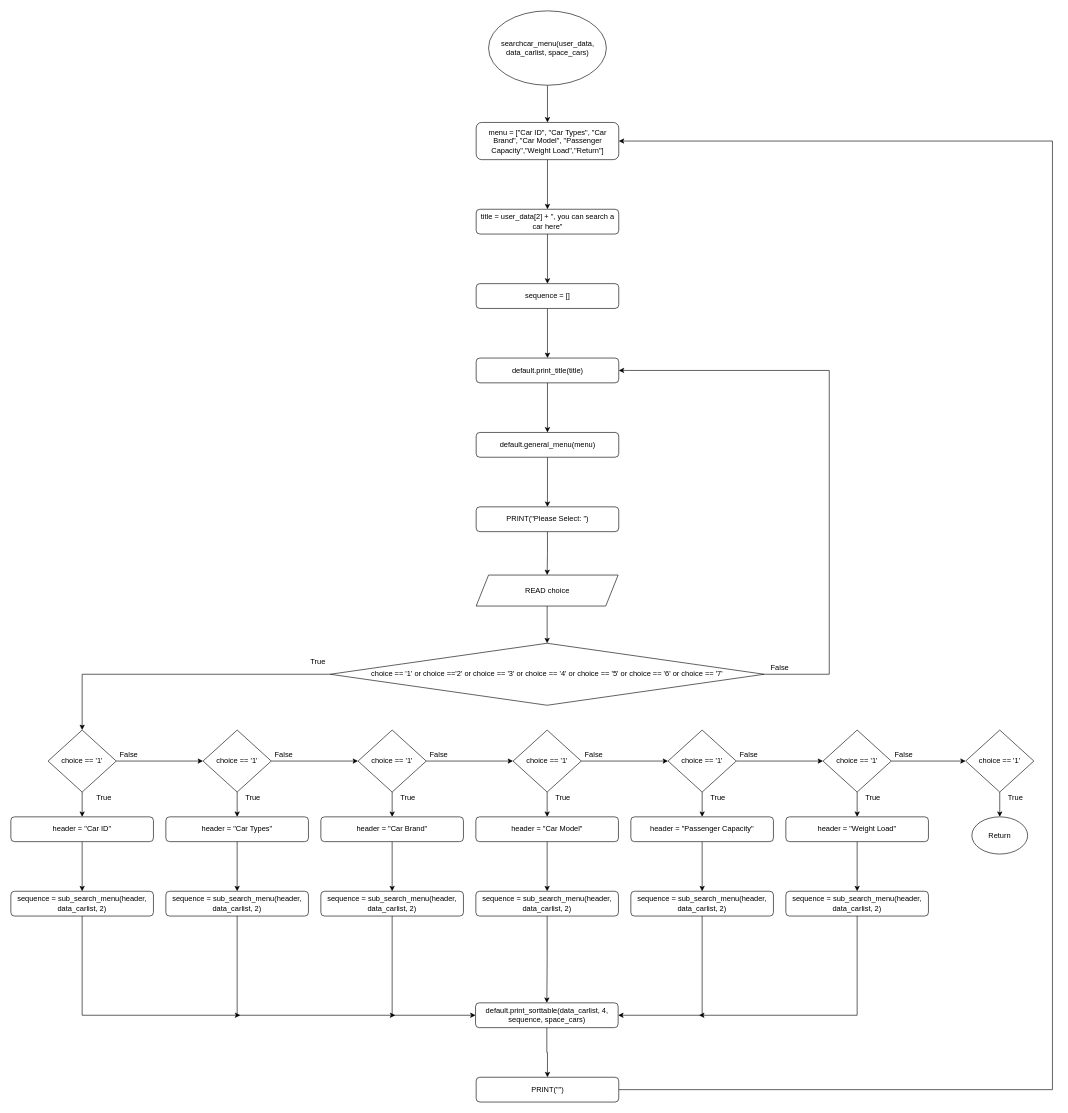
Above: Flowchart/clients/searchcar_menu.drawio in RabbitBear00/Car-Rental-System (draw.io), before the change. Source tidied: cells renumbered, new cells numbered last; positions are measured from the earlier drawing's top-left corner, leaving out a move shared by most shapes. Both pictures are drawn from the tidied source at 62%, with x=0, y=0 at pixel (11, 11).
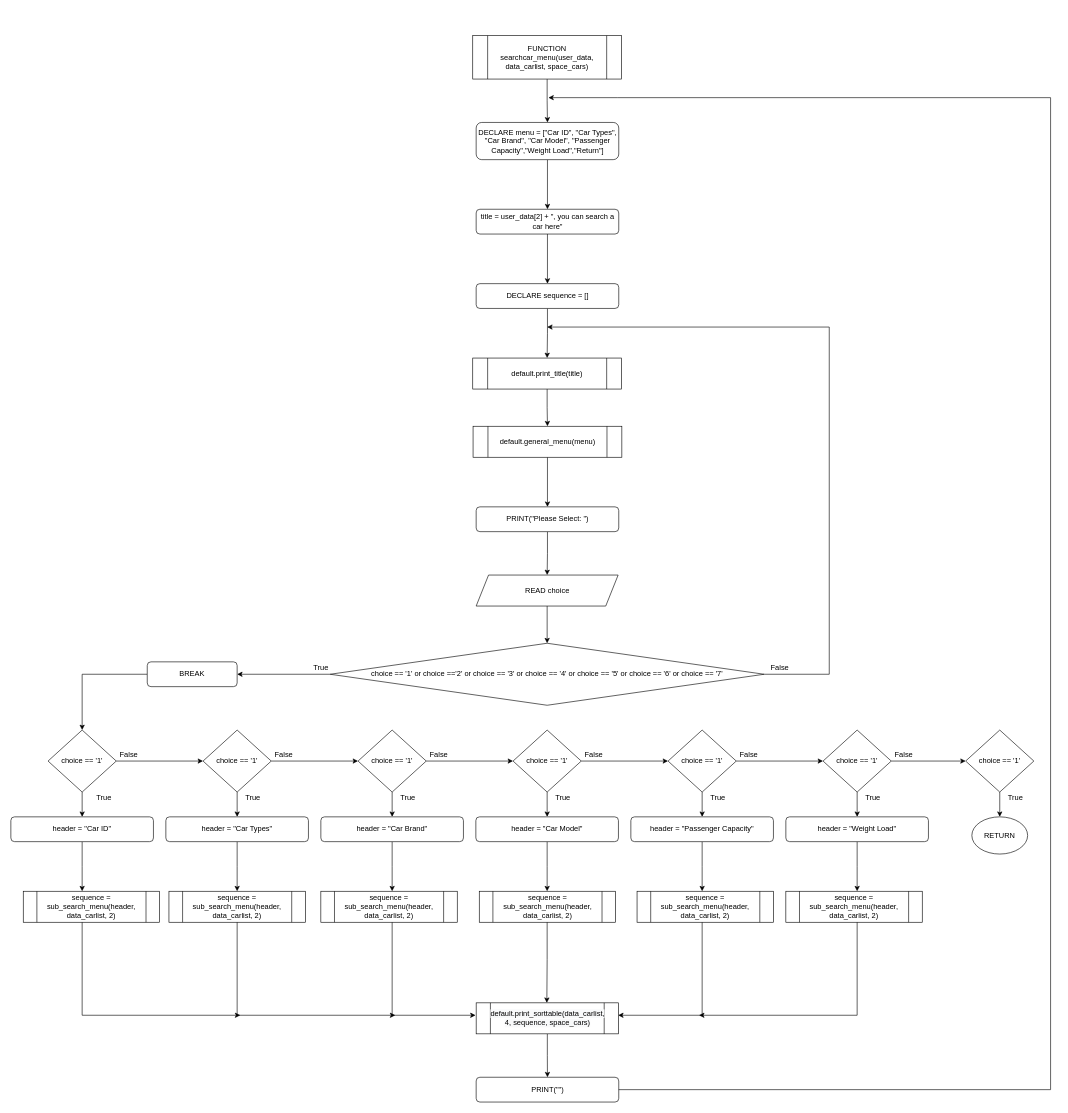
The same diagram, later.

Unchanged cells that the change refers to:
```xml
<mxCell id="15" value="PRINT(&quot;Please Select: &quot;)" style="rounded=1;whiteSpace=wrap;html=1;" parent="1" vertex="1">
  <mxGeometry x="750.5" y="800" width="230" height="40" as="geometry" />
</mxCell>
<mxCell id="20" value="choice == '1' or choice =='2' or choice == '3' or choice == '4' or choice == '5' or choice == '6' or choice == '7'" style="rhombus;whiteSpace=wrap;html=1;" parent="1" vertex="1">
  <mxGeometry x="515" y="1020" width="700" height="100" as="geometry" />
</mxCell>
<mxCell id="25" value="header = &quot;Car ID&quot;" style="rounded=1;whiteSpace=wrap;html=1;" parent="1" vertex="1">
  <mxGeometry y="1300" width="230" height="40" as="geometry" />
</mxCell>
<mxCell id="36" value="choice == '1'" style="rhombus;whiteSpace=wrap;html=1;" parent="1" vertex="1">
  <mxGeometry x="60" y="1160" width="110" height="100" as="geometry" />
</mxCell>
<mxCell id="44" value="header = &quot;Car Types&quot;" style="rounded=1;whiteSpace=wrap;html=1;" parent="1" vertex="1">
  <mxGeometry x="250" y="1300" width="230" height="40" as="geometry" />
</mxCell>
<mxCell id="46" value="header = &quot;Car Brand&quot;" style="rounded=1;whiteSpace=wrap;html=1;" parent="1" vertex="1">
  <mxGeometry x="500" y="1300" width="230" height="40" as="geometry" />
</mxCell>
<mxCell id="48" value="header = &quot;Car Model&quot;" style="rounded=1;whiteSpace=wrap;html=1;" parent="1" vertex="1">
  <mxGeometry x="750" y="1300" width="230" height="40" as="geometry" />
</mxCell>
<mxCell id="50" value="header = &quot;Passenger Capacity&quot;" style="rounded=1;whiteSpace=wrap;html=1;" parent="1" vertex="1">
  <mxGeometry x="1000" y="1300" width="230" height="40" as="geometry" />
</mxCell>
<mxCell id="52" value="header = &quot;Weight Load&quot;" style="rounded=1;whiteSpace=wrap;html=1;" parent="1" vertex="1">
  <mxGeometry x="1250" y="1300" width="230" height="40" as="geometry" />
</mxCell>
<mxCell id="69" value="PRINT(&quot;&quot;)" style="rounded=1;whiteSpace=wrap;html=1;" parent="1" vertex="1">
  <mxGeometry x="750.5" y="1720" width="230" height="40" as="geometry" />
</mxCell>
```

Change to the diagram source:
```diff
@@
-    <mxCell id="2" style="edgeStyle=orthogonalEdgeStyle;rounded=0;jettySize=auto;html=1;" parent="1" edge="1" source="3" target="5">
-      <mxGeometry relative="1" as="geometry" />
-    </mxCell>
-    <mxCell id="3" value="searchcar_menu(user_data, data_carlist, space_cars)" style="ellipse;whiteSpace=wrap;html=1;" parent="1" vertex="1">
-      <mxGeometry x="770.5" width="190" height="120" as="geometry" />
-    </mxCell>
@@
-    <mxCell id="5" value="menu = [&quot;Car ID&quot;, &quot;Car Types&quot;, &quot;Car Brand&quot;, &quot;Car Model&quot;, &quot;Passenger Capacity&quot;,&quot;Weight Load&quot;,&quot;Return&quot;]" style="rounded=1;whiteSpace=wrap;html=1;" parent="1" vertex="1">
+    <mxCell id="5" value="DECLARE menu = [&quot;Car ID&quot;, &quot;Car Types&quot;, &quot;Car Brand&quot;, &quot;Car Model&quot;, &quot;Passenger Capacity&quot;,&quot;Weight Load&quot;,&quot;Return&quot;]" style="rounded=1;whiteSpace=wrap;html=1;" parent="1" vertex="1">
       <mxGeometry x="750.5" y="180" width="230" height="60" as="geometry" />
     </mxCell>
@@
-    <mxCell id="8" style="edgeStyle=orthogonalEdgeStyle;rounded=0;jettySize=auto;html=1;" parent="1" edge="1" source="9" target="11">
+    <mxCell id="8" style="edgeStyle=orthogonalEdgeStyle;rounded=0;jettySize=auto;html=1;endArrow=classic;endFill=1;" parent="1" edge="1" source="9" target="11">
       <mxGeometry relative="1" as="geometry" />
     </mxCell>
-    <mxCell id="9" value="sequence = []" style="rounded=1;whiteSpace=wrap;html=1;" parent="1" vertex="1">
+    <mxCell id="9" value="DECLARE sequence = []" style="rounded=1;whiteSpace=wrap;html=1;" parent="1" vertex="1">
       <mxGeometry x="750.5" y="440" width="230" height="40" as="geometry" />
     </mxCell>
-    <mxCell id="10" style="edgeStyle=orthogonalEdgeStyle;rounded=0;jettySize=auto;html=1;" parent="1" edge="1" source="11" target="13">
-      <mxGeometry relative="1" as="geometry" />
-    </mxCell>
-    <mxCell id="11" value="default.print_title(title)" style="rounded=1;whiteSpace=wrap;html=1;" parent="1" vertex="1">
-      <mxGeometry x="750.5" y="560" width="230" height="40" as="geometry" />
-    </mxCell>
-    <mxCell id="12" style="edgeStyle=orthogonalEdgeStyle;rounded=0;jettySize=auto;html=1;" parent="1" edge="1" source="13" target="15">
-      <mxGeometry relative="1" as="geometry" />
-    </mxCell>
-    <mxCell id="13" value="default.general_menu(menu)" style="rounded=1;whiteSpace=wrap;html=1;" parent="1" vertex="1">
-      <mxGeometry x="750.5" y="680" width="230" height="40" as="geometry" />
-    </mxCell>
@@
-    <mxCell id="18" style="edgeStyle=orthogonalEdgeStyle;rounded=0;jettySize=auto;html=1;entryX=0.5;entryY=0;entryDx=0;entryDy=0;" parent="1" edge="1" source="20" target="36">
-      <mxGeometry relative="1" as="geometry" />
-    </mxCell>
-    <mxCell id="19" style="edgeStyle=orthogonalEdgeStyle;rounded=0;jettySize=auto;html=1;entryX=1;entryY=0.5;entryDx=0;entryDy=0;" parent="1" edge="1" source="20" target="11">
+    <mxCell id="19" style="edgeStyle=orthogonalEdgeStyle;rounded=0;jettySize=auto;html=1;" parent="1" edge="1" source="20">
       <mxGeometry relative="1" as="geometry">
+        <mxPoint x="865" y="510" as="targetPoint" />
         <Array as="points">
           <mxPoint x="1320" y="1070" />
-          <mxPoint x="1320" y="580" />
+          <mxPoint x="1320" y="510" />
         </Array>
       </mxGeometry>
     </mxCell>
+    <mxCell id="85" style="edgeStyle=orthogonalEdgeStyle;rounded=0;jettySize=auto;html=1;exitX=0;exitY=0.5;exitDx=0;exitDy=0;entryX=1;entryY=0.5;entryDx=0;entryDy=0;" parent="1" edge="1" source="20" target="95">
+      <mxGeometry relative="1" as="geometry" />
+    </mxCell>
@@
-    <mxCell id="24" style="edgeStyle=orthogonalEdgeStyle;rounded=0;jettySize=auto;html=1;" parent="1" edge="1" source="25" target="55">
-      <mxGeometry relative="1" as="geometry" />
+    <mxCell id="24" style="edgeStyle=orthogonalEdgeStyle;rounded=0;jettySize=auto;html=1;" parent="1" edge="1" source="25">
+      <mxGeometry relative="1" as="geometry">
+        <mxPoint x="115" y="1420" as="targetPoint" />
+      </mxGeometry>
     </mxCell>
@@
-    <mxCell id="43" style="edgeStyle=orthogonalEdgeStyle;rounded=0;jettySize=auto;html=1;" parent="1" edge="1" source="44" target="57">
-      <mxGeometry relative="1" as="geometry" />
+    <mxCell id="43" style="edgeStyle=orthogonalEdgeStyle;rounded=0;jettySize=auto;html=1;" parent="1" edge="1" source="44">
+      <mxGeometry relative="1" as="geometry">
+        <mxPoint x="365" y="1420" as="targetPoint" />
+      </mxGeometry>
     </mxCell>
@@
-    <mxCell id="45" style="edgeStyle=orthogonalEdgeStyle;rounded=0;jettySize=auto;html=1;" parent="1" edge="1" source="46" target="59">
-      <mxGeometry relative="1" as="geometry" />
+    <mxCell id="45" style="edgeStyle=orthogonalEdgeStyle;rounded=0;jettySize=auto;html=1;" parent="1" edge="1" source="46">
+      <mxGeometry relative="1" as="geometry">
+        <mxPoint x="615" y="1420" as="targetPoint" />
+      </mxGeometry>
     </mxCell>
@@
-    <mxCell id="47" style="edgeStyle=orthogonalEdgeStyle;rounded=0;jettySize=auto;html=1;" parent="1" edge="1" source="48" target="61">
-      <mxGeometry relative="1" as="geometry" />
+    <mxCell id="47" style="edgeStyle=orthogonalEdgeStyle;rounded=0;jettySize=auto;html=1;" parent="1" edge="1" source="48">
+      <mxGeometry relative="1" as="geometry">
+        <mxPoint x="865" y="1420" as="targetPoint" />
+      </mxGeometry>
     </mxCell>
@@
-    <mxCell id="49" style="edgeStyle=orthogonalEdgeStyle;rounded=0;jettySize=auto;html=1;" parent="1" edge="1" source="50" target="63">
-      <mxGeometry relative="1" as="geometry" />
+    <mxCell id="49" style="edgeStyle=orthogonalEdgeStyle;rounded=0;jettySize=auto;html=1;" parent="1" edge="1" source="50">
+      <mxGeometry relative="1" as="geometry">
+        <mxPoint x="1115" y="1420" as="targetPoint" />
+      </mxGeometry>
     </mxCell>
@@
-    <mxCell id="51" style="edgeStyle=orthogonalEdgeStyle;rounded=0;jettySize=auto;html=1;" parent="1" edge="1" source="52" target="65">
-      <mxGeometry relative="1" as="geometry" />
+    <mxCell id="51" style="edgeStyle=orthogonalEdgeStyle;rounded=0;jettySize=auto;html=1;" parent="1" edge="1" source="52">
+      <mxGeometry relative="1" as="geometry">
+        <mxPoint x="1365" y="1420" as="targetPoint" />
+      </mxGeometry>
     </mxCell>
@@
-    <mxCell id="53" value="Return" style="ellipse;whiteSpace=wrap;html=1;" parent="1" vertex="1">
+    <mxCell id="53" value="RETURN" style="ellipse;whiteSpace=wrap;html=1;" parent="1" vertex="1">
       <mxGeometry x="1550" y="1300" width="90" height="60" as="geometry" />
     </mxCell>
-    <mxCell id="54" style="edgeStyle=orthogonalEdgeStyle;rounded=0;jettySize=auto;html=1;" parent="1" edge="1" source="55">
+    <mxCell id="54" style="edgeStyle=orthogonalEdgeStyle;rounded=0;orthogonalLoop=1;jettySize=auto;html=1;" parent="1" edge="1">
       <mxGeometry relative="1" as="geometry">
+        <mxPoint x="115" y="1460" as="sourcePoint" />
         <mxPoint x="370" y="1620" as="targetPoint" />
         <Array as="points">
           <mxPoint x="115" y="1620" />
           <mxPoint x="370" y="1620" />
         </Array>
       </mxGeometry>
     </mxCell>
-    <mxCell id="55" value="sequence = sub_search_menu(header, data_carlist, 2)" style="rounded=1;whiteSpace=wrap;html=1;" parent="1" vertex="1">
-      <mxGeometry y="1420" width="230" height="40" as="geometry" />
-    </mxCell>
-    <mxCell id="56" style="edgeStyle=orthogonalEdgeStyle;rounded=0;jettySize=auto;html=1;" parent="1" edge="1" source="57">
+    <mxCell id="56" style="edgeStyle=orthogonalEdgeStyle;rounded=0;orthogonalLoop=1;jettySize=auto;html=1;" parent="1" edge="1">
       <mxGeometry relative="1" as="geometry">
+        <mxPoint x="365" y="1460" as="sourcePoint" />
         <mxPoint x="620" y="1620" as="targetPoint" />
         <Array as="points">
           <mxPoint x="365" y="1620" />
         </Array>
       </mxGeometry>
     </mxCell>
-    <mxCell id="57" value="sequence = sub_search_menu(header, data_carlist, 2)" style="rounded=1;whiteSpace=wrap;html=1;" parent="1" vertex="1">
-      <mxGeometry x="250" y="1420" width="230" height="40" as="geometry" />
-    </mxCell>
-    <mxCell id="58" style="edgeStyle=orthogonalEdgeStyle;rounded=0;jettySize=auto;html=1;entryX=0;entryY=0.5;entryDx=0;entryDy=0;" parent="1" edge="1" source="59" target="67">
+    <mxCell id="58" style="edgeStyle=orthogonalEdgeStyle;rounded=0;orthogonalLoop=1;jettySize=auto;html=1;entryX=0;entryY=0.5;entryDx=0;entryDy=0;" parent="1" edge="1">
       <mxGeometry relative="1" as="geometry">
+        <mxPoint x="615" y="1460" as="sourcePoint" />
+        <mxPoint x="749.5" y="1620" as="targetPoint" />
         <Array as="points">
           <mxPoint x="615" y="1620" />
         </Array>
       </mxGeometry>
     </mxCell>
-    <mxCell id="59" value="sequence = sub_search_menu(header, data_carlist, 2)" style="rounded=1;whiteSpace=wrap;html=1;" parent="1" vertex="1">
-      <mxGeometry x="500" y="1420" width="230" height="40" as="geometry" />
-    </mxCell>
-    <mxCell id="60" style="edgeStyle=orthogonalEdgeStyle;rounded=0;jettySize=auto;html=1;" parent="1" edge="1" source="61" target="67">
-      <mxGeometry relative="1" as="geometry" />
+    <mxCell id="60" style="edgeStyle=orthogonalEdgeStyle;rounded=0;orthogonalLoop=1;jettySize=auto;html=1;" parent="1" edge="1">
+      <mxGeometry relative="1" as="geometry">
+        <mxPoint x="865" y="1460" as="sourcePoint" />
+        <mxPoint x="864.5" y="1600" as="targetPoint" />
+        <Array as="points">
+          <mxPoint x="865" y="1530" />
+        </Array>
+      </mxGeometry>
     </mxCell>
-    <mxCell id="61" value="sequence = sub_search_menu(header, data_carlist, 2)" style="rounded=1;whiteSpace=wrap;html=1;" parent="1" vertex="1">
-      <mxGeometry x="750" y="1420" width="230" height="40" as="geometry" />
-    </mxCell>
-    <mxCell id="62" style="edgeStyle=orthogonalEdgeStyle;rounded=0;jettySize=auto;html=1;entryX=1;entryY=0.5;entryDx=0;entryDy=0;" parent="1" edge="1" source="63" target="67">
+    <mxCell id="62" style="edgeStyle=orthogonalEdgeStyle;rounded=0;orthogonalLoop=1;jettySize=auto;html=1;entryX=1;entryY=0.5;entryDx=0;entryDy=0;" parent="1" edge="1">
       <mxGeometry relative="1" as="geometry">
+        <mxPoint x="1115" y="1460" as="sourcePoint" />
+        <mxPoint x="979.5" y="1620" as="targetPoint" />
         <Array as="points">
           <mxPoint x="1115" y="1620" />
         </Array>
       </mxGeometry>
     </mxCell>
-    <mxCell id="63" value="sequence = sub_search_menu(header, data_carlist, 2)" style="rounded=1;whiteSpace=wrap;html=1;" parent="1" vertex="1">
-      <mxGeometry x="1000" y="1420" width="230" height="40" as="geometry" />
-    </mxCell>
-    <mxCell id="64" style="edgeStyle=orthogonalEdgeStyle;rounded=0;jettySize=auto;html=1;" parent="1" edge="1" source="65">
+    <mxCell id="64" style="edgeStyle=orthogonalEdgeStyle;rounded=0;orthogonalLoop=1;jettySize=auto;html=1;" parent="1" edge="1">
       <mxGeometry relative="1" as="geometry">
+        <mxPoint x="1365" y="1460" as="sourcePoint" />
         <mxPoint x="1110" y="1620" as="targetPoint" />
         <Array as="points">
           <mxPoint x="1365" y="1620" />
         </Array>
       </mxGeometry>
     </mxCell>
-    <mxCell id="65" value="sequence = sub_search_menu(header, data_carlist, 2)" style="rounded=1;whiteSpace=wrap;html=1;" parent="1" vertex="1">
-      <mxGeometry x="1250" y="1420" width="230" height="40" as="geometry" />
-    </mxCell>
-    <mxCell id="66" style="edgeStyle=orthogonalEdgeStyle;rounded=0;jettySize=auto;html=1;" parent="1" edge="1" source="67" target="69">
-      <mxGeometry relative="1" as="geometry" />
-    </mxCell>
-    <mxCell id="67" value="default.print_sorttable(data_carlist, 4, sequence, space_cars)" style="rounded=1;whiteSpace=wrap;html=1;" parent="1" vertex="1">
-      <mxGeometry x="749.5" y="1600" width="230" height="40" as="geometry" />
-    </mxCell>
-    <mxCell id="68" style="edgeStyle=orthogonalEdgeStyle;rounded=0;jettySize=auto;html=1;entryX=1;entryY=0.5;entryDx=0;entryDy=0;" parent="1" edge="1" source="69" target="5">
+    <mxCell id="68" style="edgeStyle=orthogonalEdgeStyle;rounded=0;orthogonalLoop=1;jettySize=auto;html=1;" parent="1" edge="1">
       <mxGeometry relative="1" as="geometry">
+        <mxPoint x="977.5" y="1740" as="sourcePoint" />
+        <mxPoint x="867" y="140" as="targetPoint" />
         <Array as="points">
-          <mxPoint x="1680" y="1740" />
-          <mxPoint x="1680" y="210" />
+          <mxPoint x="1677" y="1740" />
+          <mxPoint x="1677" y="140" />
+          <mxPoint x="978" y="140" />
         </Array>
       </mxGeometry>
     </mxCell>
@@
     <mxCell id="70" value="True" style="text;html=1;align=center;verticalAlign=middle;strokeColor=none;" parent="1" vertex="1">
-      <mxGeometry x="475" y="1040" width="40" height="20" as="geometry" />
+      <mxGeometry x="480" y="1050" width="40" height="20" as="geometry" />
     </mxCell>
@@
+    <mxCell id="86" style="edgeStyle=orthogonalEdgeStyle;rounded=0;jettySize=auto;html=1;endArrow=classic;endFill=1;" parent="1" edge="1" source="87" target="5">
+      <mxGeometry relative="1" as="geometry" />
+    </mxCell>
+    <mxCell id="87" value="FUNCTION searchcar_menu(user_data, data_carlist, space_cars)" style="shape=process;whiteSpace=wrap;html=1;backgroundOutline=1;" parent="1" vertex="1">
+      <mxGeometry x="745" y="40" width="240" height="70" as="geometry" />
+    </mxCell>
+    <mxCell id="10" style="edgeStyle=orthogonalEdgeStyle;rounded=0;jettySize=auto;html=1;endArrow=classic;endFill=1;" parent="1" edge="1" source="11" target="13">
+      <mxGeometry relative="1" as="geometry" />
+    </mxCell>
+    <mxCell id="11" value="default.print_title(title)" style="shape=process;whiteSpace=wrap;html=1;backgroundOutline=1;" parent="1" vertex="1">
+      <mxGeometry x="745" y="560" width="240" height="50" as="geometry" />
+    </mxCell>
+    <mxCell id="12" style="edgeStyle=orthogonalEdgeStyle;rounded=0;jettySize=auto;html=1;endArrow=classic;endFill=1;" parent="1" edge="1" source="13" target="15">
+      <mxGeometry relative="1" as="geometry" />
+    </mxCell>
+    <mxCell id="13" value="default.general_menu(menu)" style="shape=process;whiteSpace=wrap;html=1;backgroundOutline=1;" parent="1" vertex="1">
+      <mxGeometry x="745.5" y="670" width="240" height="50" as="geometry" />
+    </mxCell>
+    <mxCell id="88" value="sequence = sub_search_menu(header, data_carlist, 2)" style="shape=process;whiteSpace=wrap;html=1;backgroundOutline=1;" parent="1" vertex="1">
+      <mxGeometry x="1010" y="1420" width="220" height="50" as="geometry" />
+    </mxCell>
+    <mxCell id="89" value="sequence = sub_search_menu(header, data_carlist, 2)" style="shape=process;whiteSpace=wrap;html=1;backgroundOutline=1;" parent="1" vertex="1">
+      <mxGeometry x="1250" y="1420" width="220" height="50" as="geometry" />
+    </mxCell>
+    <mxCell id="90" value="sequence = sub_search_menu(header, data_carlist, 2)" style="shape=process;whiteSpace=wrap;html=1;backgroundOutline=1;" parent="1" vertex="1">
+      <mxGeometry x="755.5" y="1420" width="220" height="50" as="geometry" />
+    </mxCell>
+    <mxCell id="91" value="sequence = sub_search_menu(header, data_carlist, 2)" style="shape=process;whiteSpace=wrap;html=1;backgroundOutline=1;" parent="1" vertex="1">
+      <mxGeometry x="500" y="1420" width="220" height="50" as="geometry" />
+    </mxCell>
+    <mxCell id="92" value="sequence = sub_search_menu(header, data_carlist, 2)" style="shape=process;whiteSpace=wrap;html=1;backgroundOutline=1;" parent="1" vertex="1">
+      <mxGeometry x="255" y="1420" width="220" height="50" as="geometry" />
+    </mxCell>
+    <mxCell id="93" value="sequence = sub_search_menu(header, data_carlist, 2)" style="shape=process;whiteSpace=wrap;html=1;backgroundOutline=1;" parent="1" vertex="1">
+      <mxGeometry x="20" y="1420" width="220" height="50" as="geometry" />
+    </mxCell>
+    <mxCell id="66" style="edgeStyle=orthogonalEdgeStyle;rounded=0;jettySize=auto;html=1;endArrow=classic;endFill=1;" parent="1" edge="1" source="67" target="69">
+      <mxGeometry relative="1" as="geometry" />
+    </mxCell>
+    <mxCell id="67" value="&#10;&#10;&lt;span style=&quot;color: rgb(0, 0, 0); font-family: helvetica; font-size: 12px; font-style: normal; font-weight: 400; letter-spacing: normal; text-align: center; text-indent: 0px; text-transform: none; word-spacing: 0px; background-color: rgb(248, 249, 250); display: inline; float: none;&quot;&gt;default.print_sorttable(data_carlist, 4, sequence, space_cars)&lt;/span&gt;&#10;&#10;" style="shape=process;whiteSpace=wrap;html=1;backgroundOutline=1;" parent="1" vertex="1">
+      <mxGeometry x="750.5" y="1600" width="229.5" height="50" as="geometry" />
+    </mxCell>
+    <mxCell id="94" style="edgeStyle=orthogonalEdgeStyle;rounded=0;jettySize=auto;html=1;entryX=0.5;entryY=0;entryDx=0;entryDy=0;" parent="1" edge="1" source="95" target="36">
+      <mxGeometry relative="1" as="geometry" />
+    </mxCell>
+    <mxCell id="95" value="BREAK" style="rounded=1;whiteSpace=wrap;html=1;" parent="1" vertex="1">
+      <mxGeometry x="220" y="1050" width="145" height="40" as="geometry" />
+    </mxCell>
```
